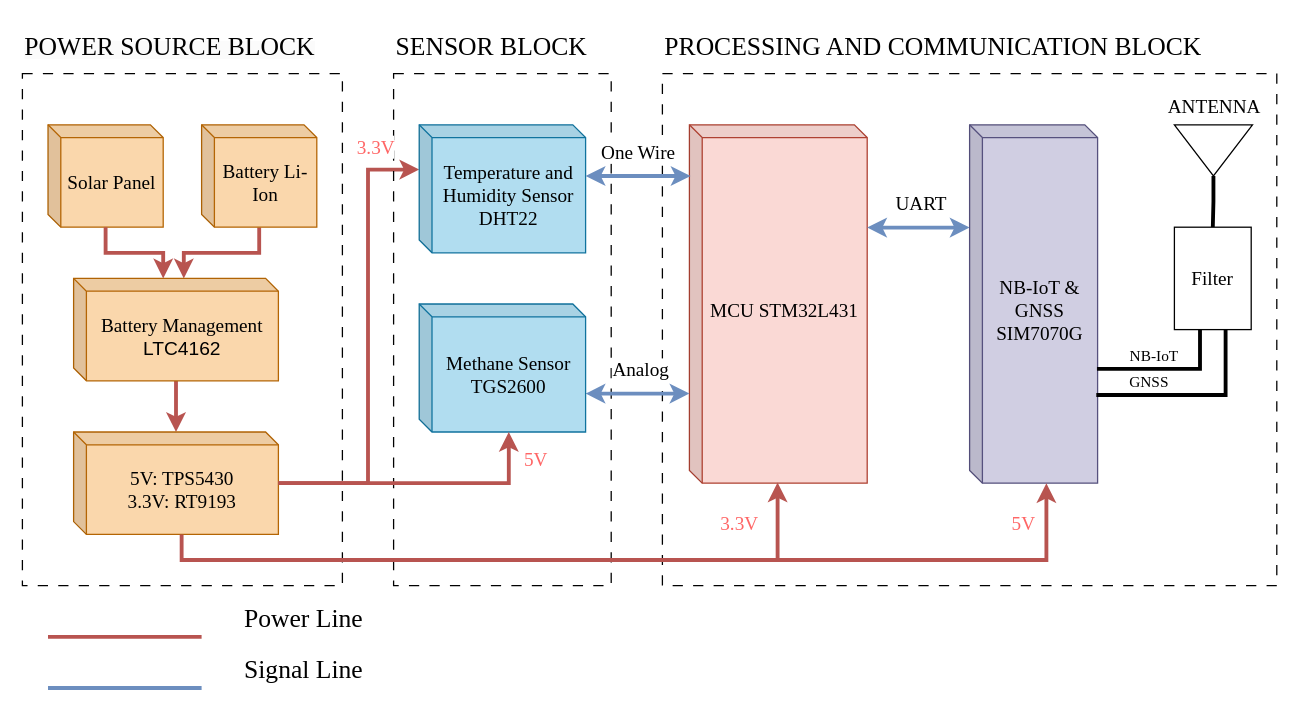
Above: Project_overall.drawio in K2ayzz/ForDrawIO (draw.io), before the change. Source tidied: cells renumbered, new cells numbered last; positions are measured from the earlier drawing's top-left corner, leaving out a move shared by most shapes. Both pictures are drawn from the tidied source at 128%, with x=0, y=0 at pixel (22, 22).
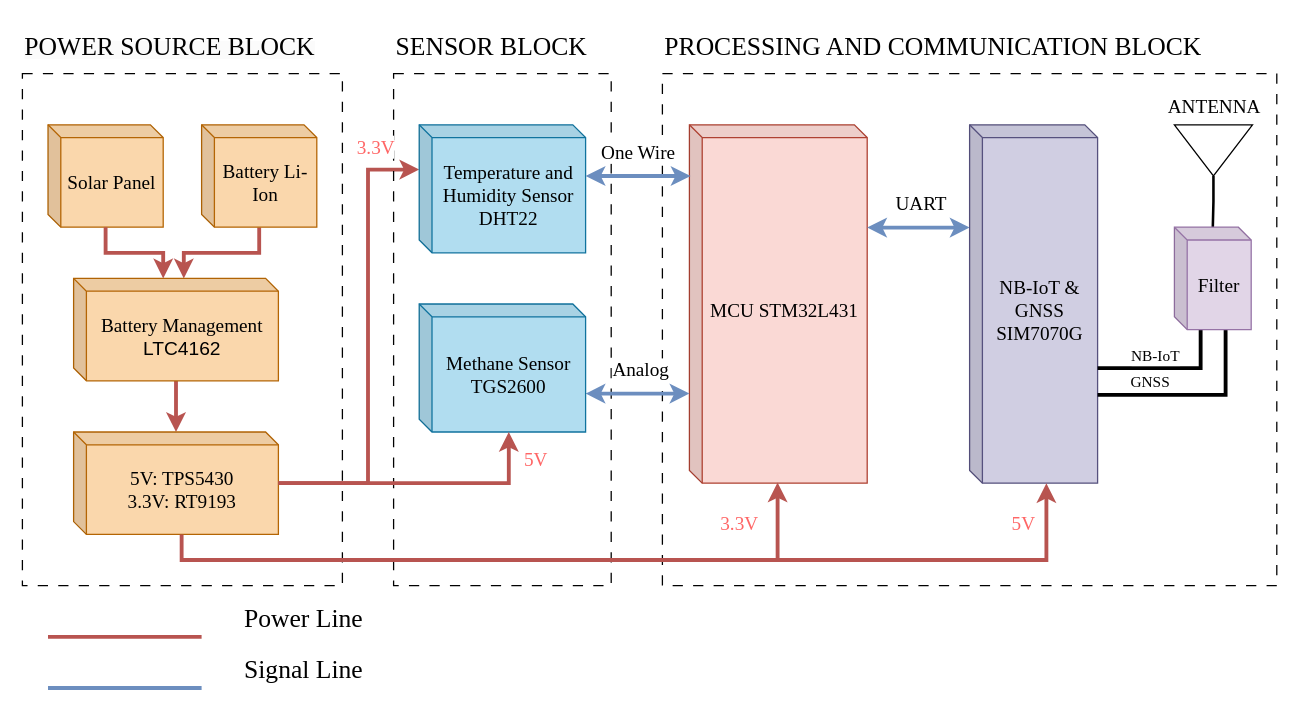
Above is the later version.

Commit message:
Cập nhật Project_overall.drawio

The change refers to these unchanged cells:
```xml
<mxCell id="29" style="triangle;whiteSpace=wrap;html=1;rounded=0;strokeColor=default;align=center;verticalAlign=middle;fontFamily=Helvetica;fontSize=12;fontColor=default;fillColor=default;direction=south;" parent="1" vertex="1">
  <mxGeometry x="900" y="80" width="61" height="40" as="geometry" />
</mxCell>
<mxCell id="30" value="&lt;font style=&quot;font-size: 15px;&quot; face=&quot;Times New Roman&quot;&gt;NB-IoT &amp;amp; GNSS SIM7070G&lt;/font&gt;" style="shape=cube;whiteSpace=wrap;html=1;boundedLbl=1;backgroundOutline=1;darkOpacity=0.05;darkOpacity2=0.1;size=10;fillColor=#d0cee2;strokeColor=#56517e;" parent="1" vertex="1">
  <mxGeometry x="740" y="80" width="100" height="280" as="geometry" />
</mxCell>
```

The edit, as a diff of the source:
```diff
@@
-    <mxCell id="28" style="edgeStyle=orthogonalEdgeStyle;rounded=0;jettySize=auto;html=1;entryX=0.5;entryY=0;entryDx=0;entryDy=0;fontFamily=Helvetica;fontSize=12;fontColor=default;endArrow=none;endFill=0;strokeWidth=3;" parent="1" edge="1" source="29" target="34">
+    <mxCell id="28" style="edgeStyle=orthogonalEdgeStyle;rounded=0;jettySize=auto;html=1;endArrow=none;endFill=0;strokeWidth=2;" parent="1" edge="1" source="29" target="34">
       <mxGeometry relative="1" as="geometry" />
     </mxCell>
@@
-    <mxCell id="34" value="&lt;font style=&quot;font-size: 15px;&quot; face=&quot;Times New Roman&quot;&gt;Filter&lt;/font&gt;" style="rounded=0;whiteSpace=wrap;html=1;strokeColor=default;align=center;verticalAlign=middle;fontFamily=Helvetica;fontSize=12;fontColor=default;fillColor=default;" parent="1" vertex="1">
-      <mxGeometry x="900" y="160" width="60" height="80" as="geometry" />
-    </mxCell>
-    <mxCell id="35" style="edgeStyle=orthogonalEdgeStyle;rounded=0;jettySize=auto;html=1;entryX=0.995;entryY=0.681;entryDx=0;entryDy=0;entryPerimeter=0;fontFamily=Helvetica;fontSize=12;fontColor=default;endArrow=none;endFill=0;strokeWidth=3;" parent="1" edge="1" source="34" target="30">
+    <mxCell id="35" style="edgeStyle=orthogonalEdgeStyle;rounded=0;jettySize=auto;html=1;fontFamily=Helvetica;fontSize=12;fontColor=default;endArrow=none;endFill=0;strokeWidth=3;entryX=1;entryY=0.679;entryDx=0;entryDy=0;entryPerimeter=0;" parent="1" edge="1" target="30">
       <mxGeometry relative="1" as="geometry">
+        <mxPoint x="920.5" y="240" as="sourcePoint" />
         <Array as="points">
-          <mxPoint x="920" y="270" />
-          <mxPoint x="840" y="270" />
+          <mxPoint x="921" y="270" />
         </Array>
       </mxGeometry>
     </mxCell>
@@
-    <mxCell id="37" style="edgeStyle=orthogonalEdgeStyle;rounded=0;jettySize=auto;html=1;entryX=0.99;entryY=0.754;entryDx=0;entryDy=0;entryPerimeter=0;fontFamily=Helvetica;fontSize=12;fontColor=default;endArrow=none;endFill=0;strokeWidth=3;" parent="1" edge="1" source="34" target="30">
+    <mxCell id="37" style="edgeStyle=orthogonalEdgeStyle;rounded=0;orthogonalLoop=1;jettySize=auto;html=1;fontFamily=Helvetica;fontSize=12;fontColor=default;endArrow=none;endFill=0;strokeWidth=3;" parent="1" edge="1">
       <mxGeometry relative="1" as="geometry">
+        <mxPoint x="940" y="240" as="sourcePoint" />
+        <mxPoint x="840" y="291" as="targetPoint" />
         <Array as="points">
           <mxPoint x="940" y="291" />
         </Array>
       </mxGeometry>
     </mxCell>
@@
+    <mxCell id="34" value="&lt;font style=&quot;font-size: 15px;&quot; face=&quot;Times New Roman&quot;&gt;Filter&lt;/font&gt;" style="shape=cube;whiteSpace=wrap;html=1;boundedLbl=1;backgroundOutline=1;darkOpacity=0.05;darkOpacity2=0.1;size=10;fillColor=#e1d5e7;strokeColor=#9673a6;" parent="1" vertex="1">
+      <mxGeometry x="900" y="160" width="60" height="80" as="geometry" />
+    </mxCell>
```
